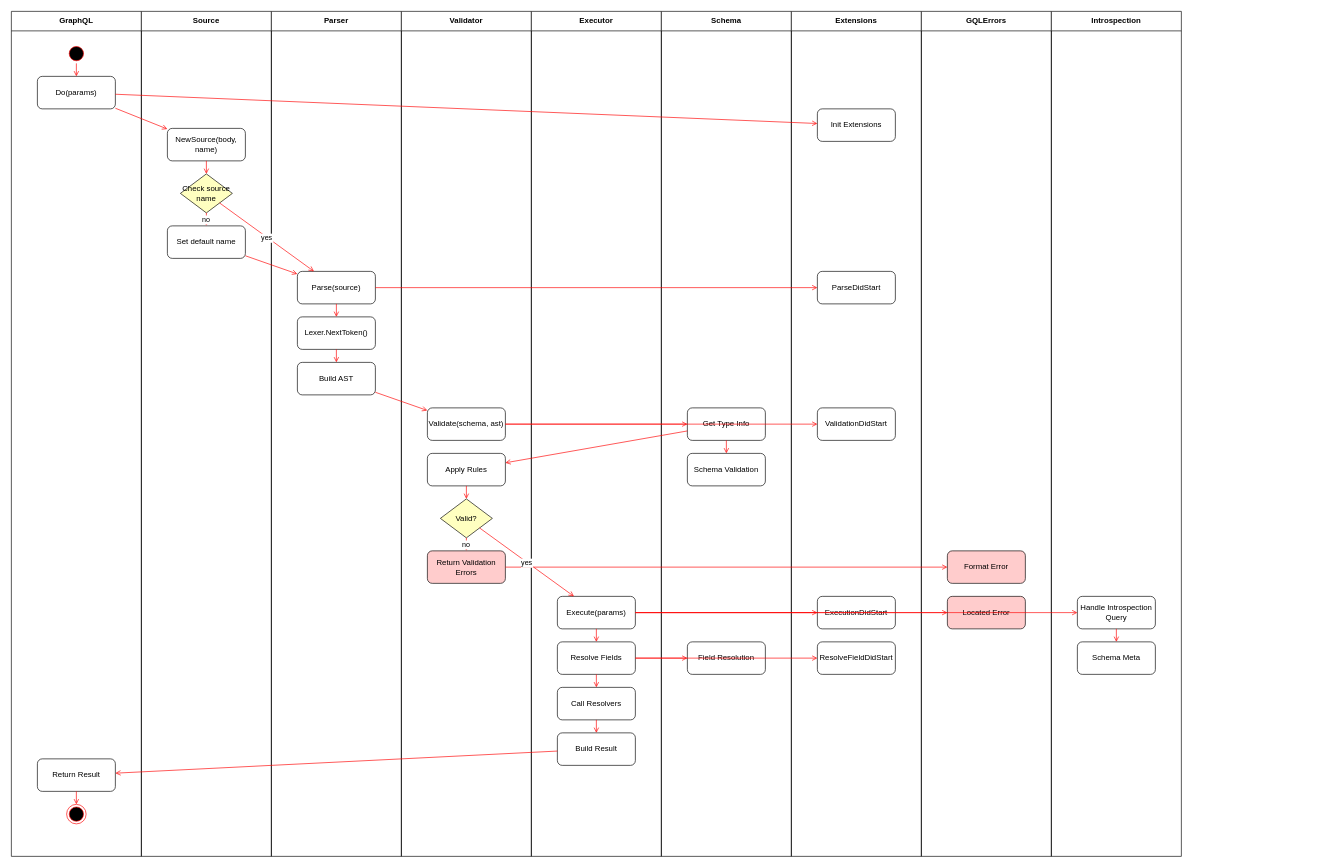
The draw.io diagram architecture/uml/activity/graphql-graphql-go-architecture-activity.drawio in chris-ramon/thesis-graphql-go, before the edit. Source tidied: cells renumbered, new cells numbered last; positions are measured from the earlier drawing's top-left corner, leaving out a move shared by most shapes. Both pictures are drawn from the tidied source at 65%, with x=0, y=0 at pixel (11, 11).
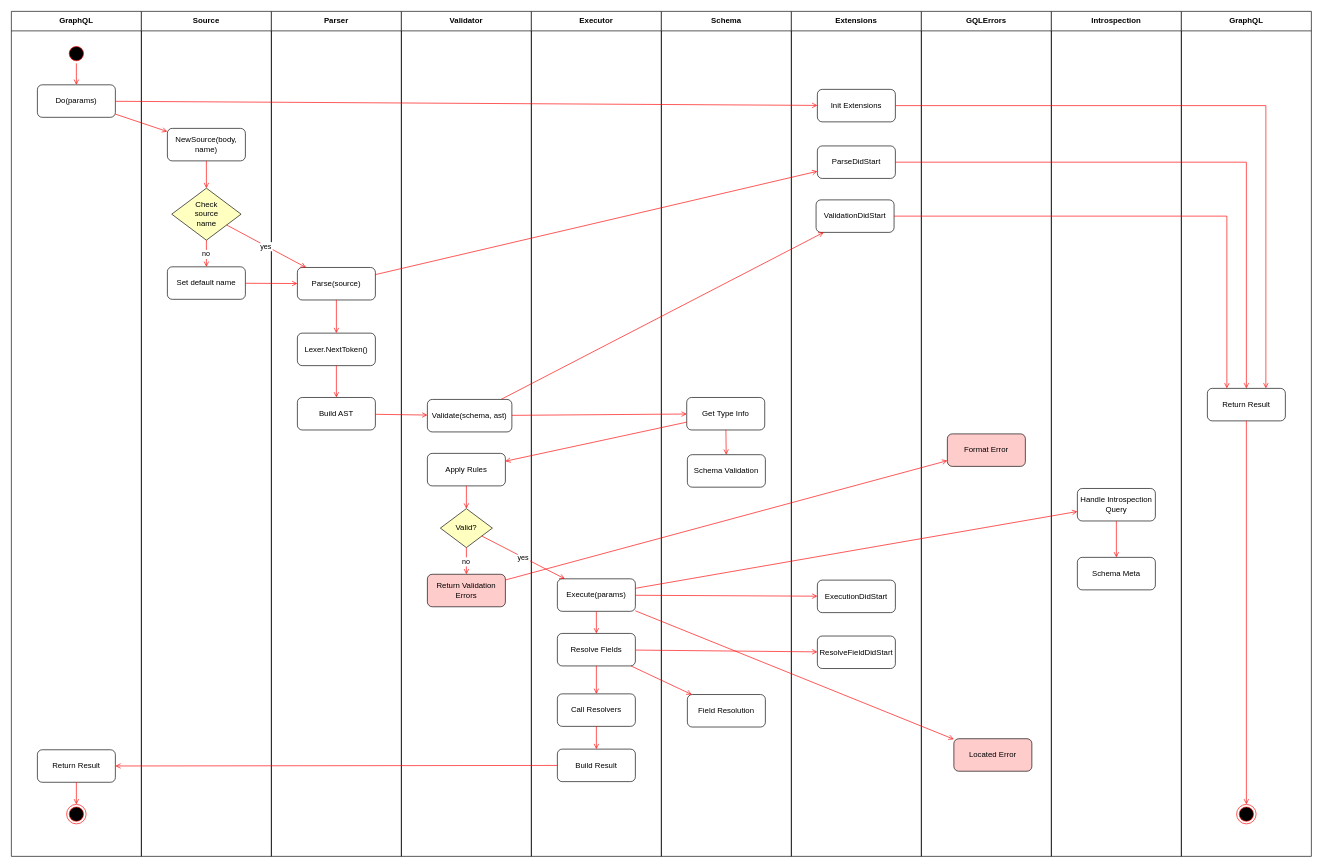
After the change.

Commit message:
architecture/uml/activity: updates DrawIO file

Unchanged cells that the change refers to:
```xml
<mxCell id="2" value="GraphQL" style="swimlane;whiteSpace=wrap;startSize=30;" parent="1" vertex="1">
  <mxGeometry width="200" height="1300" as="geometry" />
</mxCell>
<mxCell id="7" value="Source" style="swimlane;whiteSpace=wrap;startSize=30;" parent="1" vertex="1">
  <mxGeometry x="200" width="200" height="1300" as="geometry" />
</mxCell>
<mxCell id="11" value="Parser" style="swimlane;whiteSpace=wrap;startSize=30;" parent="1" vertex="1">
  <mxGeometry x="400" width="200" height="1300" as="geometry" />
</mxCell>
<mxCell id="15" value="Validator" style="swimlane;whiteSpace=wrap;startSize=30;" parent="1" vertex="1">
  <mxGeometry x="600" width="200" height="1300" as="geometry" />
</mxCell>
<mxCell id="20" value="Executor" style="swimlane;whiteSpace=wrap;startSize=30;" parent="1" vertex="1">
  <mxGeometry x="800" width="200" height="1300" as="geometry" />
</mxCell>
<mxCell id="25" value="Schema" style="swimlane;whiteSpace=wrap;startSize=30;" parent="1" vertex="1">
  <mxGeometry x="1000" width="200" height="1300" as="geometry" />
</mxCell>
<mxCell id="29" value="Extensions" style="swimlane;whiteSpace=wrap;startSize=30;" parent="1" vertex="1">
  <mxGeometry x="1200" width="200" height="1300" as="geometry" />
</mxCell>
<mxCell id="35" value="GQLErrors" style="swimlane;whiteSpace=wrap;startSize=30;" parent="1" vertex="1">
  <mxGeometry x="1400" width="200" height="1300" as="geometry" />
</mxCell>
<mxCell id="38" value="Introspection" style="swimlane;whiteSpace=wrap;startSize=30;" parent="1" vertex="1">
  <mxGeometry x="1600" width="200" height="1300" as="geometry" />
</mxCell>
```

Diff of the diagram source:
```diff
@@
     <mxCell id="4" value="Do(params)" style="rounded=1;whiteSpace=wrap;html=1;" parent="2" vertex="1">
-      <mxGeometry x="40" y="100" width="120" height="50" as="geometry" />
+      <mxGeometry x="40" y="113" width="120" height="50" as="geometry" />
     </mxCell>
     <mxCell id="5" value="Return Result" style="rounded=1;whiteSpace=wrap;html=1;" parent="2" vertex="1">
-      <mxGeometry x="40" y="1150" width="120" height="50" as="geometry" />
+      <mxGeometry x="40" y="1136" width="120" height="50" as="geometry" />
     </mxCell>
@@
-    <mxCell id="9" value="Check source name" style="rhombus;whiteSpace=wrap;html=1;fillColor=#ffffc0;" parent="7" vertex="1">
-      <mxGeometry x="60" y="250" width="80" height="60" as="geometry" />
+    <mxCell id="9" value="Check&lt;div&gt;source&lt;/div&gt;&lt;div&gt;name&lt;/div&gt;" style="rhombus;whiteSpace=wrap;html=1;fillColor=#ffffc0;" parent="7" vertex="1">
+      <mxGeometry x="46.7" y="272" width="106.7" height="80" as="geometry" />
     </mxCell>
     <mxCell id="10" value="Set default name" style="rounded=1;whiteSpace=wrap;html=1;" parent="7" vertex="1">
-      <mxGeometry x="40" y="330" width="120" height="50" as="geometry" />
+      <mxGeometry x="40" y="393" width="120" height="50" as="geometry" />
     </mxCell>
@@
     <mxCell id="12" value="Parse(source)" style="rounded=1;whiteSpace=wrap;html=1;" parent="11" vertex="1">
-      <mxGeometry x="40" y="400" width="120" height="50" as="geometry" />
+      <mxGeometry x="40" y="394" width="120" height="50" as="geometry" />
     </mxCell>
     <mxCell id="13" value="Lexer.NextToken()" style="rounded=1;whiteSpace=wrap;html=1;" parent="11" vertex="1">
-      <mxGeometry x="40" y="470" width="120" height="50" as="geometry" />
+      <mxGeometry x="40" y="495" width="120" height="50" as="geometry" />
     </mxCell>
     <mxCell id="14" value="Build AST" style="rounded=1;whiteSpace=wrap;html=1;" parent="11" vertex="1">
-      <mxGeometry x="40" y="540" width="120" height="50" as="geometry" />
+      <mxGeometry x="40" y="594" width="120" height="50" as="geometry" />
     </mxCell>
@@
     <mxCell id="16" value="Validate(schema, ast)" style="rounded=1;whiteSpace=wrap;html=1;" parent="15" vertex="1">
-      <mxGeometry x="40" y="610" width="120" height="50" as="geometry" />
+      <mxGeometry x="40" y="597" width="130" height="50" as="geometry" />
     </mxCell>
@@
     <mxCell id="18" value="Valid?" style="rhombus;whiteSpace=wrap;html=1;fillColor=#ffffc0;" parent="15" vertex="1">
-      <mxGeometry x="60" y="750" width="80" height="60" as="geometry" />
+      <mxGeometry x="60" y="765" width="80" height="60" as="geometry" />
     </mxCell>
     <mxCell id="19" value="Return Validation Errors" style="rounded=1;whiteSpace=wrap;html=1;fillColor=#ffcccc;" parent="15" vertex="1">
-      <mxGeometry x="40" y="830" width="120" height="50" as="geometry" />
+      <mxGeometry x="40" y="866" width="120" height="50" as="geometry" />
     </mxCell>
@@
     <mxCell id="21" value="Execute(params)" style="rounded=1;whiteSpace=wrap;html=1;" parent="20" vertex="1">
-      <mxGeometry x="40" y="900" width="120" height="50" as="geometry" />
+      <mxGeometry x="40" y="873" width="120" height="50" as="geometry" />
     </mxCell>
     <mxCell id="22" value="Resolve Fields" style="rounded=1;whiteSpace=wrap;html=1;" parent="20" vertex="1">
-      <mxGeometry x="40" y="970" width="120" height="50" as="geometry" />
+      <mxGeometry x="40" y="957" width="120" height="50" as="geometry" />
     </mxCell>
     <mxCell id="23" value="Call Resolvers" style="rounded=1;whiteSpace=wrap;html=1;" parent="20" vertex="1">
-      <mxGeometry x="40" y="1040" width="120" height="50" as="geometry" />
+      <mxGeometry x="40" y="1050" width="120" height="50" as="geometry" />
     </mxCell>
     <mxCell id="24" value="Build Result" style="rounded=1;whiteSpace=wrap;html=1;" parent="20" vertex="1">
-      <mxGeometry x="40" y="1110" width="120" height="50" as="geometry" />
+      <mxGeometry x="40" y="1135" width="120" height="50" as="geometry" />
     </mxCell>
@@
     <mxCell id="26" value="Get Type Info" style="rounded=1;whiteSpace=wrap;html=1;" parent="25" vertex="1">
-      <mxGeometry x="40" y="610" width="120" height="50" as="geometry" />
+      <mxGeometry x="39" y="594" width="120" height="50" as="geometry" />
     </mxCell>
     <mxCell id="27" value="Schema Validation" style="rounded=1;whiteSpace=wrap;html=1;" parent="25" vertex="1">
-      <mxGeometry x="40" y="680" width="120" height="50" as="geometry" />
+      <mxGeometry x="40" y="682" width="120" height="50" as="geometry" />
     </mxCell>
     <mxCell id="28" value="Field Resolution" style="rounded=1;whiteSpace=wrap;html=1;" parent="25" vertex="1">
-      <mxGeometry x="40" y="970" width="120" height="50" as="geometry" />
+      <mxGeometry x="40" y="1051" width="120" height="50" as="geometry" />
     </mxCell>
@@
     <mxCell id="30" value="Init Extensions" style="rounded=1;whiteSpace=wrap;html=1;" parent="29" vertex="1">
-      <mxGeometry x="40" y="150" width="120" height="50" as="geometry" />
+      <mxGeometry x="40" y="120" width="120" height="50" as="geometry" />
     </mxCell>
     <mxCell id="31" value="ParseDidStart" style="rounded=1;whiteSpace=wrap;html=1;" parent="29" vertex="1">
-      <mxGeometry x="40" y="400" width="120" height="50" as="geometry" />
+      <mxGeometry x="40" y="207" width="120" height="50" as="geometry" />
     </mxCell>
     <mxCell id="32" value="ValidationDidStart" style="rounded=1;whiteSpace=wrap;html=1;" parent="29" vertex="1">
-      <mxGeometry x="40" y="610" width="120" height="50" as="geometry" />
+      <mxGeometry x="38" y="290" width="120" height="50" as="geometry" />
     </mxCell>
     <mxCell id="33" value="ExecutionDidStart" style="rounded=1;whiteSpace=wrap;html=1;" parent="29" vertex="1">
-      <mxGeometry x="40" y="900" width="120" height="50" as="geometry" />
+      <mxGeometry x="40" y="875" width="120" height="50" as="geometry" />
     </mxCell>
     <mxCell id="34" value="ResolveFieldDidStart" style="rounded=1;whiteSpace=wrap;html=1;" parent="29" vertex="1">
-      <mxGeometry x="40" y="970" width="120" height="50" as="geometry" />
+      <mxGeometry x="40" y="961" width="120" height="50" as="geometry" />
     </mxCell>
@@
     <mxCell id="36" value="Format Error" style="rounded=1;whiteSpace=wrap;html=1;fillColor=#ffcccc;" parent="35" vertex="1">
-      <mxGeometry x="40" y="830" width="120" height="50" as="geometry" />
+      <mxGeometry x="40" y="650" width="120" height="50" as="geometry" />
     </mxCell>
     <mxCell id="37" value="Located Error" style="rounded=1;whiteSpace=wrap;html=1;fillColor=#ffcccc;" parent="35" vertex="1">
-      <mxGeometry x="40" y="900" width="120" height="50" as="geometry" />
+      <mxGeometry x="50" y="1119" width="120" height="50" as="geometry" />
     </mxCell>
@@
     <mxCell id="39" value="Handle Introspection Query" style="rounded=1;whiteSpace=wrap;html=1;" parent="38" vertex="1">
-      <mxGeometry x="40" y="900" width="120" height="50" as="geometry" />
+      <mxGeometry x="40" y="734" width="120" height="50" as="geometry" />
     </mxCell>
     <mxCell id="40" value="Schema Meta" style="rounded=1;whiteSpace=wrap;html=1;" parent="38" vertex="1">
-      <mxGeometry x="40" y="970" width="120" height="50" as="geometry" />
+      <mxGeometry x="40" y="840" width="120" height="50" as="geometry" />
     </mxCell>
@@
+    <mxCell id="71" value="GraphQL" style="swimlane;whiteSpace=wrap;startSize=30;" parent="1" vertex="1">
+      <mxGeometry x="1800" width="200" height="1300" as="geometry" />
+    </mxCell>
+    <mxCell id="72" value="Return Result" style="rounded=1;whiteSpace=wrap;html=1;" parent="71" vertex="1">
+      <mxGeometry x="40" y="580" width="120" height="50" as="geometry" />
+    </mxCell>
+    <mxCell id="73" style="ellipse;shape=endState;fillColor=#000000;strokeColor=#ff0000;" parent="71" vertex="1">
+      <mxGeometry x="85" y="1220" width="30" height="30" as="geometry" />
+    </mxCell>
+    <mxCell id="74" style="endArrow=open;strokeColor=#FF0000;endFill=1;rounded=0;exitX=0.5;exitY=1;exitDx=0;exitDy=0;entryX=0.5;entryY=0;entryDx=0;entryDy=0;" parent="71" edge="1" source="72" target="73">
+      <mxGeometry relative="1" as="geometry" />
+    </mxCell>
+    <mxCell id="75" style="edgeStyle=orthogonalEdgeStyle;rounded=0;jettySize=auto;html=1;strokeColor=#FF0000;endArrow=open;endFill=0;entryX=0.75;entryY=0;entryDx=0;entryDy=0;" parent="1" edge="1" source="30" target="72">
+      <mxGeometry relative="1" as="geometry" />
+    </mxCell>
+    <mxCell id="76" style="edgeStyle=orthogonalEdgeStyle;rounded=0;jettySize=auto;html=1;strokeColor=#FF0000;endArrow=open;endFill=0;entryX=0.5;entryY=0;entryDx=0;entryDy=0;exitX=1;exitY=0.5;exitDx=0;exitDy=0;" parent="1" edge="1" source="31" target="72">
+      <mxGeometry relative="1" as="geometry" />
+    </mxCell>
+    <mxCell id="77" style="edgeStyle=orthogonalEdgeStyle;rounded=0;jettySize=auto;html=1;strokeColor=#FF0000;endArrow=open;endFill=0;exitX=1;exitY=0.5;exitDx=0;exitDy=0;entryX=0.25;entryY=0;entryDx=0;entryDy=0;" parent="1" edge="1" source="32" target="72">
+      <mxGeometry relative="1" as="geometry" />
+    </mxCell>
```
